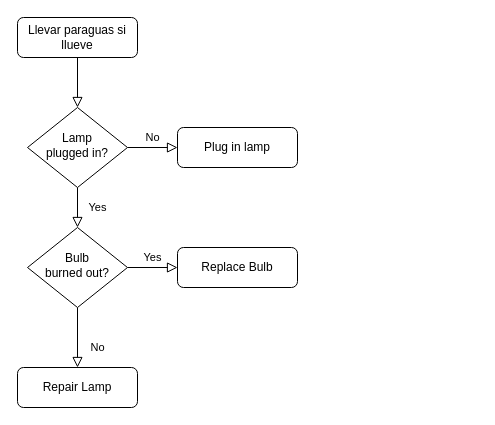
Above: Diagrama sin título.drawio in altsofia/desarrollo-web-ap (draw.io), before the change. Source tidied: cells renumbered, new cells numbered last; positions are measured from the earlier drawing's top-left corner, leaving out a move shared by most shapes. Both pictures are drawn from the tidied source at 100%, with x=0, y=0 at pixel (17, 17).
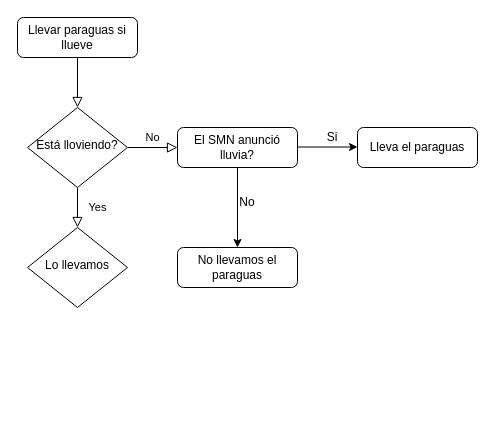
The same diagram, later.

Change to the diagram source:
```diff
@@
 <mxGraphModel>
   <root>
     <mxCell id="0" />
     <mxCell id="1" parent="0" />
     <mxCell id="2" style="rounded=0;html=1;jettySize=auto;fontSize=11;endArrow=block;endFill=0;endSize=8;strokeWidth=1;shadow=0;labelBackgroundColor=none;edgeStyle=orthogonalEdgeStyle;" parent="1" edge="1" source="3" target="6">
       <mxGeometry relative="1" as="geometry" />
     </mxCell>
     <mxCell id="3" value="Llevar paraguas si llueve" style="rounded=1;whiteSpace=wrap;html=1;fontSize=12;glass=0;strokeWidth=1;shadow=0;" parent="1" vertex="1">
       <mxGeometry width="120" height="40" as="geometry" />
     </mxCell>
     <mxCell id="4" value="Yes" style="rounded=0;html=1;jettySize=auto;fontSize=11;endArrow=block;endFill=0;endSize=8;strokeWidth=1;shadow=0;labelBackgroundColor=none;edgeStyle=orthogonalEdgeStyle;" parent="1" edge="1" source="6" target="10">
       <mxGeometry y="20" relative="1" as="geometry" />
     </mxCell>
     <mxCell id="5" value="No" style="edgeStyle=orthogonalEdgeStyle;rounded=0;html=1;jettySize=auto;fontSize=11;endArrow=block;endFill=0;endSize=8;strokeWidth=1;shadow=0;labelBackgroundColor=none;" parent="1" edge="1" source="6" target="7">
       <mxGeometry y="10" relative="1" as="geometry" />
     </mxCell>
-    <mxCell id="6" value="Lamp&lt;br&gt;plugged in?" style="rhombus;whiteSpace=wrap;html=1;shadow=0;fontFamily=Helvetica;fontSize=12;align=center;strokeWidth=1;spacing=6;spacingTop=-4;" parent="1" vertex="1">
+    <mxCell id="6" value="Está lloviendo?" style="rhombus;whiteSpace=wrap;html=1;shadow=0;fontFamily=Helvetica;fontSize=12;align=center;strokeWidth=1;spacing=6;spacingTop=-4;" parent="1" vertex="1">
       <mxGeometry x="10" y="90" width="100" height="80" as="geometry" />
     </mxCell>
+    <mxCell id="13" style="edgeStyle=orthogonalEdgeStyle;rounded=0;jettySize=auto;html=1;" parent="1" edge="1" source="7" target="17">
+      <mxGeometry relative="1" as="geometry" />
+    </mxCell>
-    <mxCell id="7" value="Plug in lamp" style="rounded=1;whiteSpace=wrap;html=1;fontSize=12;glass=0;strokeWidth=1;shadow=0;" parent="1" vertex="1">
+    <mxCell id="7" value="El SMN anunció lluvia?" style="rounded=1;whiteSpace=wrap;html=1;fontSize=12;glass=0;strokeWidth=1;shadow=0;" parent="1" vertex="1">
       <mxGeometry x="160" y="110" width="120" height="40" as="geometry" />
     </mxCell>
+    <mxCell id="10" value="Lo llevamos" style="rhombus;whiteSpace=wrap;html=1;shadow=0;fontFamily=Helvetica;fontSize=12;align=center;strokeWidth=1;spacing=6;spacingTop=-4;" parent="1" vertex="1">
+      <mxGeometry x="10" y="210" width="100" height="80" as="geometry" />
+    </mxCell>
+    <mxCell id="14" value="Lleva el paraguas" style="rounded=1;whiteSpace=wrap;html=1;fontSize=12;glass=0;strokeWidth=1;shadow=0;" parent="1" vertex="1">
+      <mxGeometry x="340" y="110" width="120" height="40" as="geometry" />
+    </mxCell>
+    <mxCell id="15" style="endArrow=classic;html=1;rounded=0;" parent="1" edge="1">
+      <mxGeometry relative="1" as="geometry">
+        <mxPoint x="280" y="129.5" as="sourcePoint" />
+        <mxPoint x="340" y="129.5" as="targetPoint" />
+      </mxGeometry>
+    </mxCell>
+    <mxCell id="16" value="Si" style="text;strokeColor=none;align=center;fillColor=none;html=1;verticalAlign=middle;whiteSpace=wrap;rounded=0;" parent="1" vertex="1">
+      <mxGeometry x="290" y="110" width="50" height="20" as="geometry" />
+    </mxCell>
+    <mxCell id="17" value="No llevamos el paraguas" style="rounded=1;whiteSpace=wrap;html=1;fontSize=12;glass=0;strokeWidth=1;shadow=0;" parent="1" vertex="1">
+      <mxGeometry x="160" y="230" width="120" height="40" as="geometry" />
+    </mxCell>
-    <mxCell id="8" value="No" style="rounded=0;html=1;jettySize=auto;fontSize=11;endArrow=block;endFill=0;endSize=8;strokeWidth=1;shadow=0;labelBackgroundColor=none;edgeStyle=orthogonalEdgeStyle;" parent="1" edge="1" source="10" target="11">
-      <mxGeometry x="0.33" y="20" relative="1" as="geometry" />
+    <mxCell id="8" value="No" style="text;strokeColor=none;align=center;fillColor=none;html=1;verticalAlign=middle;whiteSpace=wrap;rounded=0;" parent="1" vertex="1">
+      <mxGeometry x="200" y="170" width="60" height="30" as="geometry" />
     </mxCell>
-    <mxCell id="9" value="Yes" style="edgeStyle=orthogonalEdgeStyle;rounded=0;html=1;jettySize=auto;fontSize=11;endArrow=block;endFill=0;endSize=8;strokeWidth=1;shadow=0;labelBackgroundColor=none;" parent="1" edge="1" source="10" target="12">
-      <mxGeometry y="10" relative="1" as="geometry" />
-    </mxCell>
-    <mxCell id="10" value="Bulb&lt;br&gt;burned out?" style="rhombus;whiteSpace=wrap;html=1;shadow=0;fontFamily=Helvetica;fontSize=12;align=center;strokeWidth=1;spacing=6;spacingTop=-4;" parent="1" vertex="1">
-      <mxGeometry x="10" y="210" width="100" height="80" as="geometry" />
-    </mxCell>
-    <mxCell id="11" value="Repair Lamp" style="rounded=1;whiteSpace=wrap;html=1;fontSize=12;glass=0;strokeWidth=1;shadow=0;" parent="1" vertex="1">
-      <mxGeometry y="350" width="120" height="40" as="geometry" />
-    </mxCell>
-    <mxCell id="12" value="Replace Bulb" style="rounded=1;whiteSpace=wrap;html=1;fontSize=12;glass=0;strokeWidth=1;shadow=0;" parent="1" vertex="1">
-      <mxGeometry x="160" y="230" width="120" height="40" as="geometry" />
-    </mxCell>
   </root>
 </mxGraphModel>
```
